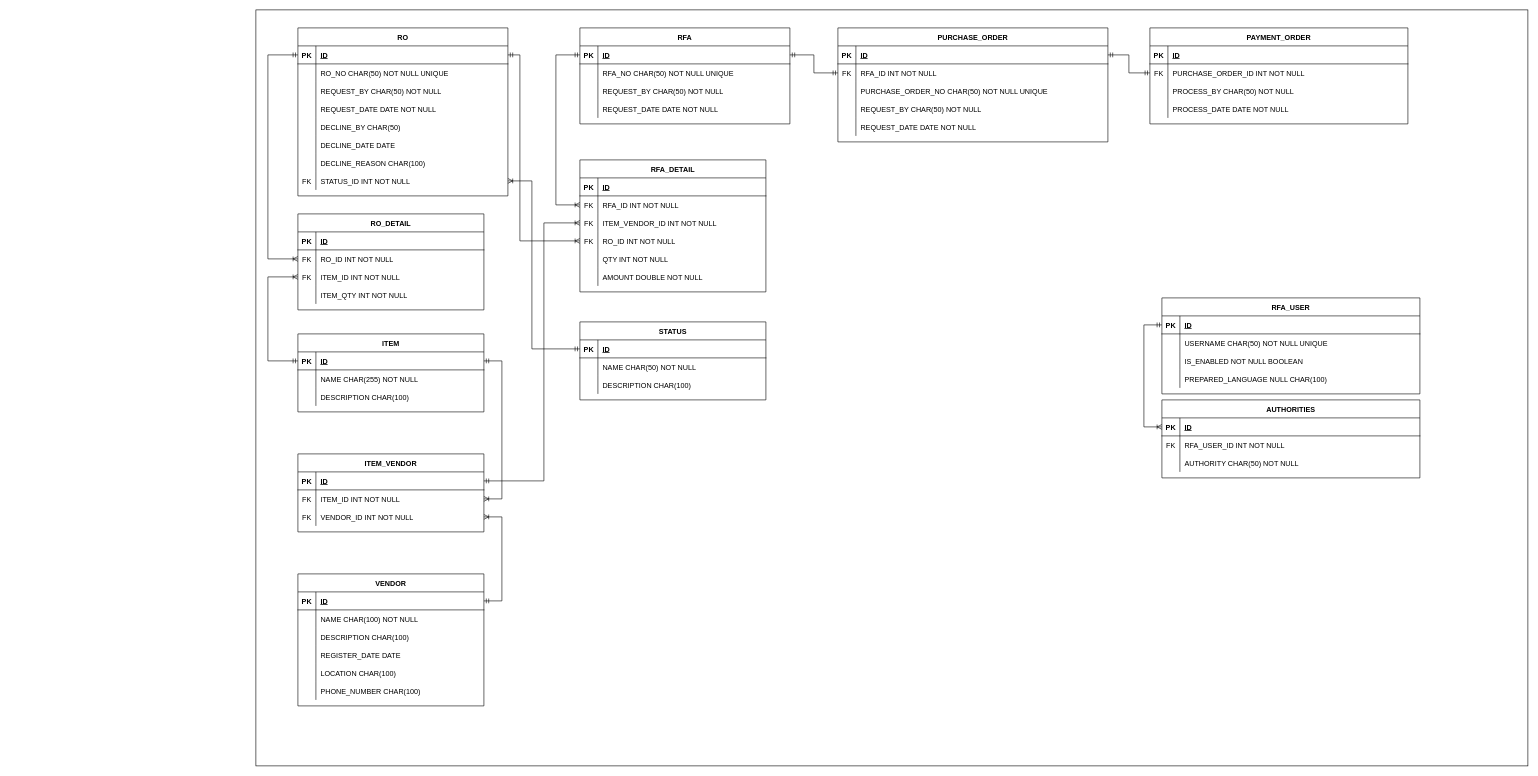
Earlier version of the draw.io diagram Glovis-DB-Design.drawio (johanjah/rfa-db-design). Source tidied: cells renumbered, new cells numbered last; positions are measured from the earlier drawing's top-left corner, leaving out a move shared by most shapes. Both pictures are drawn from the tidied source at 60%, with x=0, y=0 at pixel (256, 10).
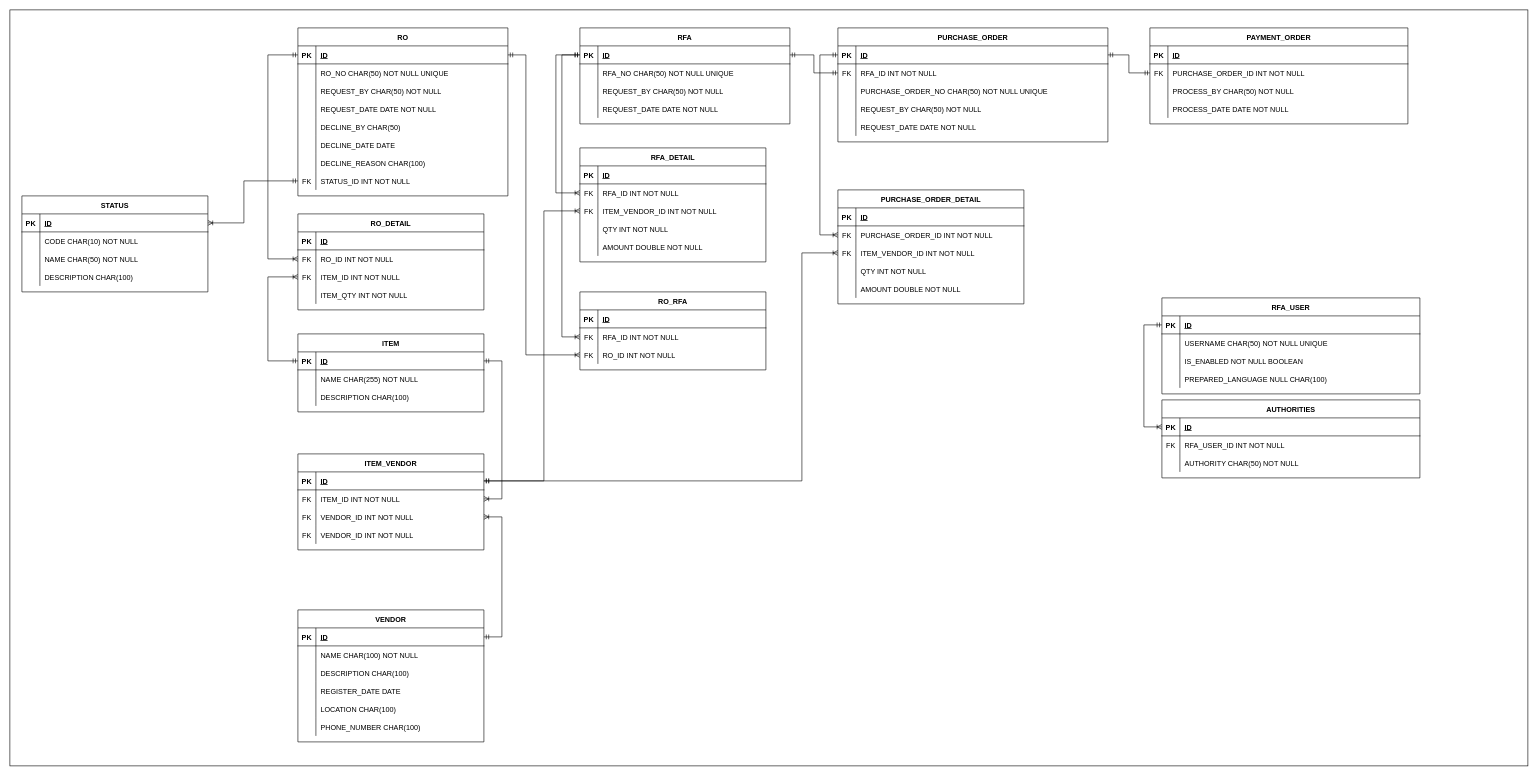
The same page after the edit.

Unchanged cells that the change refers to:
```xml
<mxCell id="4" style="shape=tableRow;horizontal=0;startSize=0;swimlaneHead=0;swimlaneBody=0;fillColor=none;points=[[0,0.5],[1,0.5]];portConstraint=eastwest;top=0;left=0;right=0;bottom=1;" parent="3" vertex="1">
  <mxGeometry y="30" width="350" height="30" as="geometry" />
</mxCell>
<mxCell id="25" style="shape=tableRow;horizontal=0;startSize=0;swimlaneHead=0;swimlaneBody=0;fillColor=none;points=[[0,0.5],[1,0.5]];portConstraint=eastwest;top=0;left=0;right=0;bottom=0;" parent="3" vertex="1">
  <mxGeometry y="240" width="350" height="30" as="geometry" />
</mxCell>
<mxCell id="43" style="shape=tableRow;horizontal=0;startSize=0;swimlaneHead=0;swimlaneBody=0;fillColor=none;points=[[0,0.5],[1,0.5]];portConstraint=eastwest;top=0;left=0;right=0;bottom=1;" parent="42" vertex="1">
  <mxGeometry y="30" width="450" height="30" as="geometry" />
</mxCell>
<mxCell id="74" style="shape=tableRow;horizontal=0;startSize=0;swimlaneHead=0;swimlaneBody=0;fillColor=none;points=[[0,0.5],[1,0.5]];portConstraint=eastwest;top=0;left=0;right=0;bottom=1;" parent="73" vertex="1">
  <mxGeometry y="30" width="350" height="30" as="geometry" />
</mxCell>
<mxCell id="87" style="shape=tableRow;horizontal=0;startSize=0;swimlaneHead=0;swimlaneBody=0;fillColor=none;points=[[0,0.5],[1,0.5]];portConstraint=eastwest;top=0;left=0;right=0;bottom=1;" parent="86" vertex="1">
  <mxGeometry y="30" width="310" height="30" as="geometry" />
</mxCell>
<mxCell id="90" style="shape=tableRow;horizontal=0;startSize=0;swimlaneHead=0;swimlaneBody=0;fillColor=none;top=0;left=0;right=0;bottom=0;" parent="86" vertex="1">
  <mxGeometry y="60" width="310" height="30" as="geometry" />
</mxCell>
<mxCell id="150" style="shape=tableRow;horizontal=0;startSize=0;swimlaneHead=0;swimlaneBody=0;fillColor=none;points=[[0,0.5],[1,0.5]];portConstraint=eastwest;top=0;left=0;right=0;bottom=1;" parent="149" vertex="1">
  <mxGeometry y="30" width="310" height="30" as="geometry" />
</mxCell>
```

Diff of the diagram source:
```diff
@@
     <mxCell id="2" style="rounded=0;whiteSpace=wrap;html=1;" parent="1" vertex="1">
-      <mxGeometry width="2120" height="1260" as="geometry" />
+      <mxGeometry x="-410" width="2530" height="1260" as="geometry" />
     </mxCell>
@@
     <mxCell id="86" value="STATUS" style="shape=table;startSize=30;childLayout=tableLayout;rowLines=0;fontStyle=1;align=center;" parent="1" vertex="1">
-      <mxGeometry x="540" y="520" width="310" height="130" as="geometry" />
+      <mxGeometry x="-390" y="310" width="310" height="160" as="geometry" />
     </mxCell>
@@
-    <mxCell id="92" value="NAME CHAR(50) NOT NULL" style="shape=partialRectangle;fillColor=none;top=0;left=0;bottom=0;right=0;align=left;spacingLeft=6;overflow=hidden;" parent="90" vertex="1">
+    <mxCell id="92" value="CODE CHAR(10) NOT NULL" style="shape=partialRectangle;fillColor=none;top=0;left=0;bottom=0;right=0;align=left;spacingLeft=6;overflow=hidden;" parent="90" vertex="1">
       <mxGeometry x="30" width="280" height="30" as="geometry" />
     </mxCell>
+    <mxCell id="185" style="shape=tableRow;horizontal=0;startSize=0;swimlaneHead=0;swimlaneBody=0;fillColor=none;top=0;left=0;right=0;bottom=0;" parent="86" vertex="1">
+      <mxGeometry y="90" width="310" height="30" as="geometry" />
+    </mxCell>
+    <mxCell id="186" style="shape=partialRectangle;fillColor=none;top=0;left=0;bottom=0;right=0;overflow=hidden;" parent="185" vertex="1">
+      <mxGeometry width="30" height="30" as="geometry" />
+    </mxCell>
+    <mxCell id="187" value="NAME CHAR(50) NOT NULL" style="shape=partialRectangle;fillColor=none;top=0;left=0;bottom=0;right=0;align=left;spacingLeft=6;overflow=hidden;" parent="185" vertex="1">
+      <mxGeometry x="30" width="280" height="30" as="geometry" />
+    </mxCell>
     <mxCell id="93" style="shape=tableRow;horizontal=0;startSize=0;swimlaneHead=0;swimlaneBody=0;fillColor=none;top=0;left=0;right=0;bottom=0;" parent="86" vertex="1">
-      <mxGeometry y="90" width="310" height="30" as="geometry" />
+      <mxGeometry y="120" width="310" height="30" as="geometry" />
     </mxCell>
@@
-    <mxCell id="96" style="edgeStyle=elbowEdgeStyle;fontSize=12;html=1;endArrow=ERoneToMany;startArrow=ERmandOne;rounded=0;" parent="1" edge="1" source="87" target="25">
-      <mxGeometry relative="1" as="geometry">
-        <Array as="points">
-          <mxPoint x="460" y="460" />
-          <mxPoint x="100" y="250" />
-        </Array>
-      </mxGeometry>
-    </mxCell>
-    <mxCell id="97" style="edgeStyle=elbowEdgeStyle;fontSize=12;html=1;endArrow=ERoneToMany;startArrow=ERmandOne;rounded=0;" parent="1" edge="1" source="4" target="108">
-      <mxGeometry relative="1" as="geometry">
-        <Array as="points">
-          <mxPoint x="440" y="105" />
-          <mxPoint x="500" y="285" />
-        </Array>
-      </mxGeometry>
-    </mxCell>
     <mxCell id="98" value="RFA_DETAIL" style="shape=table;startSize=30;childLayout=tableLayout;rowLines=0;fontStyle=1;align=center;" parent="1" vertex="1">
-      <mxGeometry x="540" y="250" width="310" height="220" as="geometry" />
+      <mxGeometry x="540" y="230" width="310" height="190" as="geometry" />
     </mxCell>
@@
-    <mxCell id="108" style="shape=tableRow;horizontal=0;startSize=0;swimlaneHead=0;swimlaneBody=0;fillColor=none;points=[[0,0.5],[1,0.5]];portConstraint=eastwest;top=0;left=0;right=0;bottom=0;" parent="98" vertex="1">
-      <mxGeometry y="120" width="310" height="30" as="geometry" />
-    </mxCell>
-    <mxCell id="109" value="FK" style="shape=partialRectangle;fillColor=none;top=0;left=0;bottom=0;right=0;overflow=hidden;" parent="108" vertex="1">
-      <mxGeometry width="30" height="30" as="geometry" />
-    </mxCell>
-    <mxCell id="110" value="RO_ID INT NOT NULL" style="shape=partialRectangle;fillColor=none;top=0;left=0;bottom=0;right=0;align=left;spacingLeft=6;overflow=hidden;" parent="108" vertex="1">
-      <mxGeometry x="30" width="280" height="30" as="geometry" />
-    </mxCell>
     <mxCell id="111" style="shape=tableRow;horizontal=0;startSize=0;swimlaneHead=0;swimlaneBody=0;fillColor=none;top=0;left=0;right=0;bottom=0;" parent="98" vertex="1">
-      <mxGeometry y="150" width="310" height="30" as="geometry" />
+      <mxGeometry y="120" width="310" height="30" as="geometry" />
     </mxCell>
@@
     <mxCell id="114" style="shape=tableRow;horizontal=0;startSize=0;swimlaneHead=0;swimlaneBody=0;fillColor=none;top=0;left=0;right=0;bottom=0;" parent="98" vertex="1">
-      <mxGeometry y="180" width="310" height="30" as="geometry" />
+      <mxGeometry y="150" width="310" height="30" as="geometry" />
     </mxCell>
@@
     <mxCell id="127" value="VENDOR" style="shape=table;startSize=30;childLayout=tableLayout;rowLines=0;fontStyle=1;align=center;" parent="1" vertex="1">
-      <mxGeometry x="70" y="940" width="310" height="220" as="geometry" />
+      <mxGeometry x="70" y="1000" width="310" height="220" as="geometry" />
     </mxCell>
@@
     <mxCell id="149" value="ITEM_VENDOR" style="shape=table;startSize=30;childLayout=tableLayout;rowLines=0;fontStyle=1;align=center;" parent="1" vertex="1">
-      <mxGeometry x="70" y="740" width="310" height="130" as="geometry" />
+      <mxGeometry x="70" y="740" width="310" height="160" as="geometry" />
     </mxCell>
@@
+    <mxCell id="188" style="shape=tableRow;horizontal=0;startSize=0;swimlaneHead=0;swimlaneBody=0;fillColor=none;top=0;left=0;right=0;bottom=0;" parent="149" vertex="1">
+      <mxGeometry y="120" width="310" height="30" as="geometry" />
+    </mxCell>
+    <mxCell id="189" value="FK" style="shape=partialRectangle;fillColor=none;top=0;left=0;bottom=0;right=0;overflow=hidden;" parent="188" vertex="1">
+      <mxGeometry width="30" height="30" as="geometry" />
+    </mxCell>
+    <mxCell id="190" value="VENDOR_ID INT NOT NULL" style="shape=partialRectangle;fillColor=none;top=0;left=0;bottom=0;right=0;align=left;spacingLeft=6;overflow=hidden;" parent="188" vertex="1">
+      <mxGeometry x="30" width="280" height="30" as="geometry" />
+    </mxCell>
@@
+    <mxCell id="191" value="RO_RFA" style="shape=table;startSize=30;childLayout=tableLayout;rowLines=0;fontStyle=1;align=center;" parent="1" vertex="1">
+      <mxGeometry x="540" y="470" width="310" height="130" as="geometry" />
+    </mxCell>
+    <mxCell id="192" style="shape=tableRow;horizontal=0;startSize=0;swimlaneHead=0;swimlaneBody=0;fillColor=none;top=0;left=0;right=0;bottom=1;" parent="191" vertex="1">
+      <mxGeometry y="30" width="310" height="30" as="geometry" />
+    </mxCell>
+    <mxCell id="193" value="PK" style="shape=partialRectangle;fillColor=none;top=0;left=0;bottom=0;right=0;fontStyle=1;overflow=hidden;" parent="192" vertex="1">
+      <mxGeometry width="30" height="30" as="geometry" />
+    </mxCell>
+    <mxCell id="194" value="ID" style="shape=partialRectangle;fillColor=none;top=0;left=0;bottom=0;right=0;align=left;spacingLeft=6;fontStyle=5;overflow=hidden;" parent="192" vertex="1">
+      <mxGeometry x="30" width="280" height="30" as="geometry" />
+    </mxCell>
+    <mxCell id="195" style="shape=tableRow;horizontal=0;startSize=0;swimlaneHead=0;swimlaneBody=0;fillColor=none;points=[[0,0.5],[1,0.5]];portConstraint=eastwest;top=0;left=0;right=0;bottom=0;" parent="191" vertex="1">
+      <mxGeometry y="60" width="310" height="30" as="geometry" />
+    </mxCell>
+    <mxCell id="196" value="FK" style="shape=partialRectangle;fillColor=none;top=0;left=0;bottom=0;right=0;overflow=hidden;" parent="195" vertex="1">
+      <mxGeometry width="30" height="30" as="geometry" />
+    </mxCell>
+    <mxCell id="197" value="RFA_ID INT NOT NULL" style="shape=partialRectangle;fillColor=none;top=0;left=0;bottom=0;right=0;align=left;spacingLeft=6;overflow=hidden;" parent="195" vertex="1">
+      <mxGeometry x="30" width="280" height="30" as="geometry" />
+    </mxCell>
+    <mxCell id="198" style="shape=tableRow;horizontal=0;startSize=0;swimlaneHead=0;swimlaneBody=0;fillColor=none;points=[[0,0.5],[1,0.5]];portConstraint=eastwest;top=0;left=0;right=0;bottom=0;" parent="191" vertex="1">
+      <mxGeometry y="90" width="310" height="30" as="geometry" />
+    </mxCell>
+    <mxCell id="199" value="FK" style="shape=partialRectangle;fillColor=none;top=0;left=0;bottom=0;right=0;overflow=hidden;" parent="198" vertex="1">
+      <mxGeometry width="30" height="30" as="geometry" />
+    </mxCell>
+    <mxCell id="110" value="RO_ID INT NOT NULL" style="shape=partialRectangle;fillColor=none;top=0;left=0;bottom=0;right=0;align=left;spacingLeft=6;overflow=hidden;" parent="198" vertex="1">
+      <mxGeometry x="30" width="280" height="30" as="geometry" />
+    </mxCell>
+    <mxCell id="200" style="edgeStyle=elbowEdgeStyle;fontSize=12;html=1;endArrow=ERoneToMany;startArrow=ERmandOne;rounded=0;" parent="1" edge="1" source="74" target="195">
+      <mxGeometry relative="1" as="geometry">
+        <Array as="points">
+          <mxPoint x="510" y="260" />
+          <mxPoint x="590" y="305" />
+        </Array>
+      </mxGeometry>
+    </mxCell>
+    <mxCell id="201" style="edgeStyle=elbowEdgeStyle;fontSize=12;html=1;endArrow=ERoneToMany;startArrow=ERmandOne;rounded=0;" parent="1" edge="1" source="4" target="198">
+      <mxGeometry relative="1" as="geometry">
+        <Array as="points">
+          <mxPoint x="450" y="115" />
+          <mxPoint x="510" y="295" />
+        </Array>
+      </mxGeometry>
+    </mxCell>
+    <mxCell id="96" style="edgeStyle=elbowEdgeStyle;fontSize=12;html=1;endArrow=ERoneToMany;startArrow=ERmandOne;rounded=0;" parent="1" edge="1" source="25" target="87">
+      <mxGeometry relative="1" as="geometry">
+        <Array as="points">
+          <mxPoint x="-20" y="310" />
+          <mxPoint x="100" y="250" />
+        </Array>
+      </mxGeometry>
+    </mxCell>
+    <mxCell id="202" value="PURCHASE_ORDER_DETAIL" style="shape=table;startSize=30;childLayout=tableLayout;rowLines=0;fontStyle=1;align=center;" parent="1" vertex="1">
+      <mxGeometry x="970" y="300" width="310" height="190" as="geometry" />
+    </mxCell>
+    <mxCell id="203" style="shape=tableRow;horizontal=0;startSize=0;swimlaneHead=0;swimlaneBody=0;fillColor=none;top=0;left=0;right=0;bottom=1;" parent="202" vertex="1">
+      <mxGeometry y="30" width="310" height="30" as="geometry" />
+    </mxCell>
+    <mxCell id="204" value="PK" style="shape=partialRectangle;fillColor=none;top=0;left=0;bottom=0;right=0;fontStyle=1;overflow=hidden;" parent="203" vertex="1">
+      <mxGeometry width="30" height="30" as="geometry" />
+    </mxCell>
+    <mxCell id="205" value="ID" style="shape=partialRectangle;fillColor=none;top=0;left=0;bottom=0;right=0;align=left;spacingLeft=6;fontStyle=5;overflow=hidden;" parent="203" vertex="1">
+      <mxGeometry x="30" width="280" height="30" as="geometry" />
+    </mxCell>
+    <mxCell id="206" style="shape=tableRow;horizontal=0;startSize=0;swimlaneHead=0;swimlaneBody=0;fillColor=none;points=[[0,0.5],[1,0.5]];portConstraint=eastwest;top=0;left=0;right=0;bottom=0;" parent="202" vertex="1">
+      <mxGeometry y="60" width="310" height="30" as="geometry" />
+    </mxCell>
+    <mxCell id="207" value="FK" style="shape=partialRectangle;fillColor=none;top=0;left=0;bottom=0;right=0;overflow=hidden;" parent="206" vertex="1">
+      <mxGeometry width="30" height="30" as="geometry" />
+    </mxCell>
+    <mxCell id="208" value="PURCHASE_ORDER_ID INT NOT NULL" style="shape=partialRectangle;fillColor=none;top=0;left=0;bottom=0;right=0;align=left;spacingLeft=6;overflow=hidden;" parent="206" vertex="1">
+      <mxGeometry x="30" width="280" height="30" as="geometry" />
+    </mxCell>
+    <mxCell id="209" style="shape=tableRow;horizontal=0;startSize=0;swimlaneHead=0;swimlaneBody=0;fillColor=none;points=[[0,0.5],[1,0.5]];portConstraint=eastwest;top=0;left=0;right=0;bottom=0;" parent="202" vertex="1">
+      <mxGeometry y="90" width="310" height="30" as="geometry" />
+    </mxCell>
+    <mxCell id="210" value="FK" style="shape=partialRectangle;fillColor=none;top=0;left=0;bottom=0;right=0;overflow=hidden;" parent="209" vertex="1">
+      <mxGeometry width="30" height="30" as="geometry" />
+    </mxCell>
+    <mxCell id="211" value="ITEM_VENDOR_ID INT NOT NULL" style="shape=partialRectangle;fillColor=none;top=0;left=0;bottom=0;right=0;align=left;spacingLeft=6;overflow=hidden;" parent="209" vertex="1">
+      <mxGeometry x="30" width="280" height="30" as="geometry" />
+    </mxCell>
+    <mxCell id="212" style="shape=tableRow;horizontal=0;startSize=0;swimlaneHead=0;swimlaneBody=0;fillColor=none;top=0;left=0;right=0;bottom=0;" parent="202" vertex="1">
+      <mxGeometry y="120" width="310" height="30" as="geometry" />
+    </mxCell>
+    <mxCell id="213" style="shape=partialRectangle;fillColor=none;top=0;left=0;bottom=0;right=0;overflow=hidden;" parent="212" vertex="1">
+      <mxGeometry width="30" height="30" as="geometry" />
+    </mxCell>
+    <mxCell id="214" value="QTY INT NOT NULL" style="shape=partialRectangle;fillColor=none;top=0;left=0;bottom=0;right=0;align=left;spacingLeft=6;overflow=hidden;" parent="212" vertex="1">
+      <mxGeometry x="30" width="280" height="30" as="geometry" />
+    </mxCell>
+    <mxCell id="215" style="shape=tableRow;horizontal=0;startSize=0;swimlaneHead=0;swimlaneBody=0;fillColor=none;top=0;left=0;right=0;bottom=0;" parent="202" vertex="1">
+      <mxGeometry y="150" width="310" height="30" as="geometry" />
+    </mxCell>
+    <mxCell id="216" style="shape=partialRectangle;fillColor=none;top=0;left=0;bottom=0;right=0;overflow=hidden;" parent="215" vertex="1">
+      <mxGeometry width="30" height="30" as="geometry" />
+    </mxCell>
+    <mxCell id="217" value="AMOUNT DOUBLE NOT NULL" style="shape=partialRectangle;fillColor=none;top=0;left=0;bottom=0;right=0;align=left;spacingLeft=6;overflow=hidden;" parent="215" vertex="1">
+      <mxGeometry x="30" width="280" height="30" as="geometry" />
+    </mxCell>
+    <mxCell id="218" style="edgeStyle=elbowEdgeStyle;fontSize=12;html=1;endArrow=ERoneToMany;startArrow=ERmandOne;rounded=0;" parent="1" edge="1" source="150" target="209">
+      <mxGeometry relative="1" as="geometry">
+        <Array as="points">
+          <mxPoint x="910" y="690" />
+          <mxPoint x="490" y="600" />
+          <mxPoint x="470" y="580" />
+          <mxPoint x="530" y="315" />
+        </Array>
+      </mxGeometry>
+    </mxCell>
+    <mxCell id="219" style="edgeStyle=elbowEdgeStyle;fontSize=12;html=1;endArrow=ERoneToMany;startArrow=ERmandOne;rounded=0;" parent="1" edge="1" source="43" target="206">
+      <mxGeometry relative="1" as="geometry">
+        <Array as="points">
+          <mxPoint x="940" y="220" />
+          <mxPoint x="940" y="60" />
+          <mxPoint x="920" y="700" />
+          <mxPoint x="500" y="610" />
+          <mxPoint x="480" y="590" />
+          <mxPoint x="540" y="325" />
+        </Array>
+      </mxGeometry>
+    </mxCell>
```
